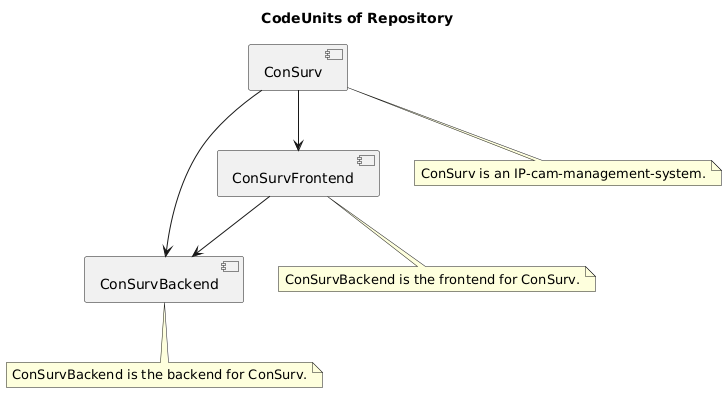
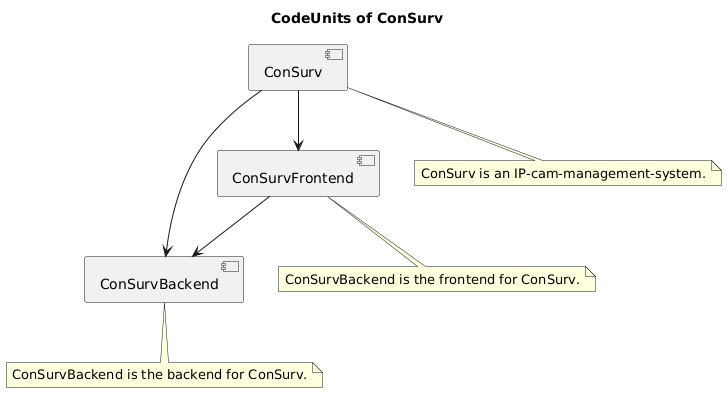
@startuml CodeUnits-Overview
skinparam defaultFontName "DejaVu Sans"
- title CodeUnits of Repository
+ title CodeUnits of ConSurv

[ConSurvBackend]
note as ConSurvBackendNote
  ConSurvBackend is the backend for ConSurv.
end note
ConSurvBackend .. ConSurvBackendNote

[ConSurvFrontend]
note as ConSurvFrontendNote
  ConSurvBackend is the frontend for ConSurv.
end note
ConSurvFrontend .. ConSurvFrontendNote

[ConSurv]
note as ConSurvNote
  ConSurv is an IP-cam-management-system.
end note
ConSurv .. ConSurvNote

ConSurvFrontend --> ConSurvBackend
ConSurv --> ConSurvBackend
ConSurv --> ConSurvFrontend

@enduml